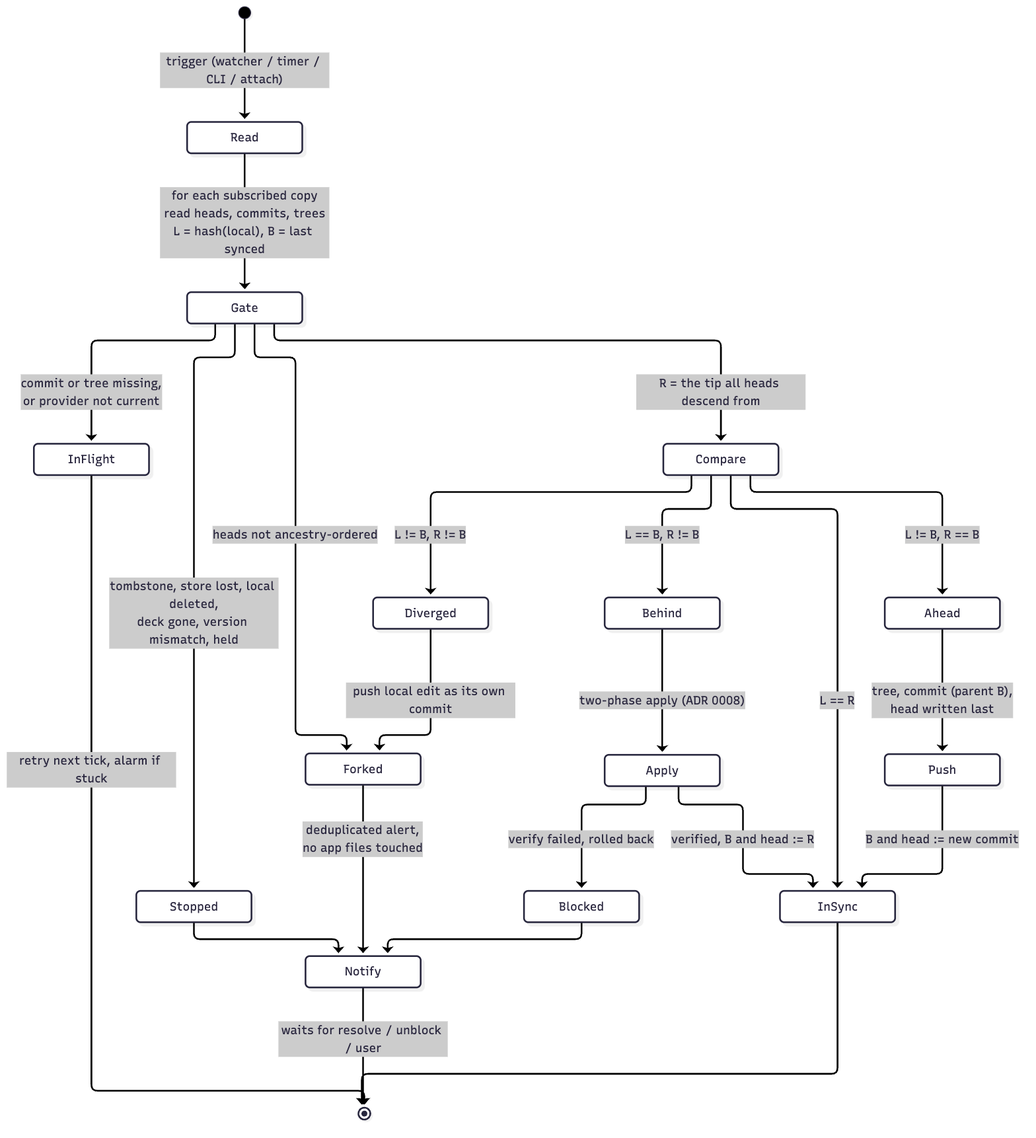
The Mermaid diagram docs/sync-states.png in csmarshall/mac-streamdeck-sync, before a commit. Its source is kept beside it as docs/sync-states.mmd.
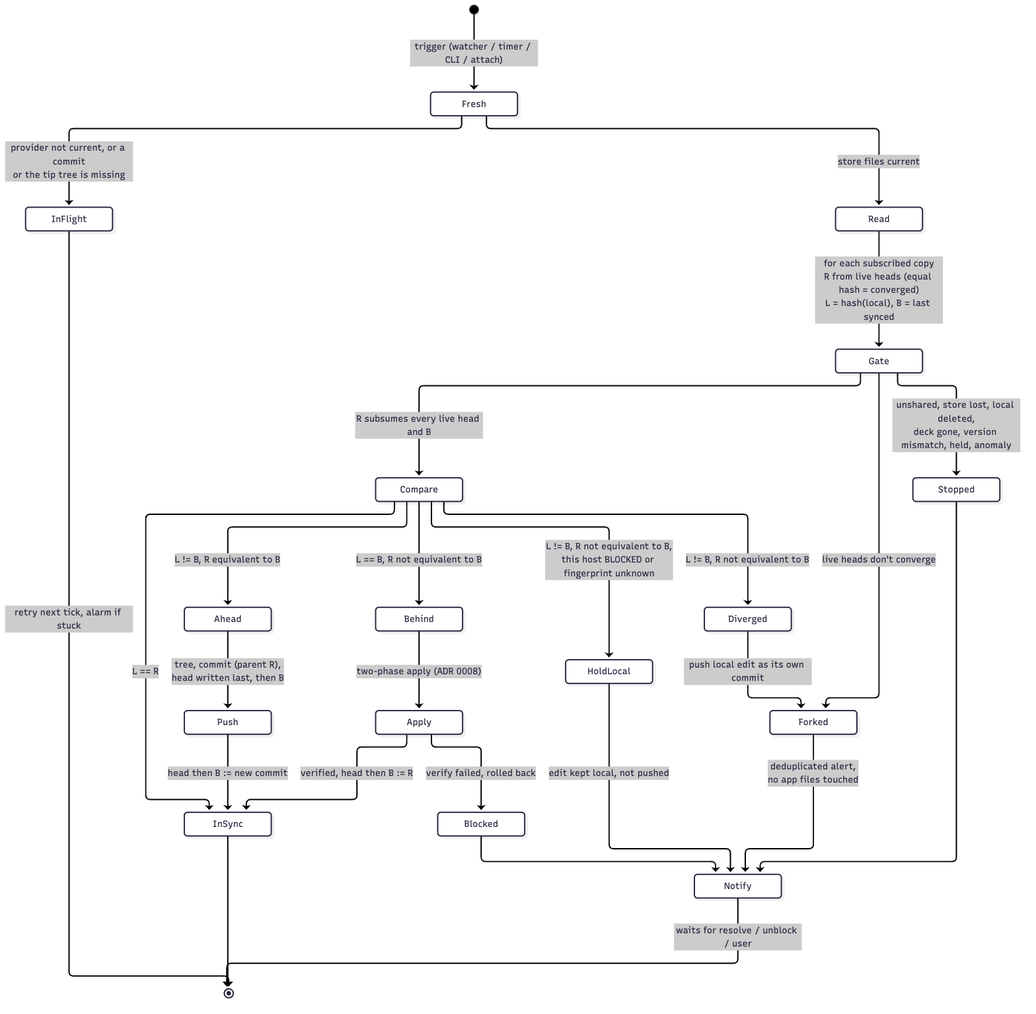
After the commit.

What changed in the source:
```diff
@@ -1,22 +1,25 @@
 stateDiagram-v2
     direction TB
-    [*] --> Read: trigger (watcher / timer / CLI / attach)
-    Read --> Gate: for each subscribed copy<br/>read heads, commits, trees<br/>L = hash(local), B = last synced
-    Gate --> Stopped: tombstone, store lost, local deleted,<br/>deck gone, version mismatch, held
-    Gate --> InFlight: commit or tree missing,<br/>or provider not current
-    Gate --> Forked: heads not ancestry-ordered
-    Gate --> Compare: R = the tip all heads descend from
+    [*] --> Fresh: trigger (watcher / timer / CLI / attach)
+    Fresh --> InFlight: provider not current, or a commit<br/>or the tip tree is missing
+    Fresh --> Read: store files current
+    Read --> Gate: for each subscribed copy<br/>R from live heads (equal hash = converged)<br/>L = hash(local), B = last synced
+    Gate --> Stopped: unshared, store lost, local deleted,<br/>deck gone, version mismatch, held, anomaly
+    Gate --> Forked: live heads don't converge
+    Gate --> Compare: R subsumes every live head and B
     Compare --> InSync: L == R
-    Compare --> Behind: L == B, R != B
-    Compare --> Ahead: L != B, R == B
-    Compare --> Diverged: L != B, R != B
+    Compare --> Behind: L == B, R not equivalent to B
+    Compare --> Ahead: L != B, R equivalent to B
+    Compare --> HoldLocal: L != B, R not equivalent to B,<br/>this host BLOCKED or fingerprint unknown
+    Compare --> Diverged: L != B, R not equivalent to B
     Diverged --> Forked: push local edit as its own commit
     Behind --> Apply: two-phase apply (ADR 0008)
-    Ahead --> Push: tree, commit (parent B),<br/>head written last
+    Ahead --> Push: tree, commit (parent R),<br/>head written last, then B
     Apply --> Blocked: verify failed, rolled back
-    Apply --> InSync: verified, B and head := R
-    Push --> InSync: B and head := new commit
+    Apply --> InSync: verified, head then B := R
+    Push --> InSync: head then B := new commit
     Forked --> Notify: deduplicated alert,<br/>no app files touched
+    HoldLocal --> Notify: edit kept local, not pushed
     Blocked --> Notify
     Stopped --> Notify
     InFlight --> [*]: retry next tick, alarm if stuck
```
